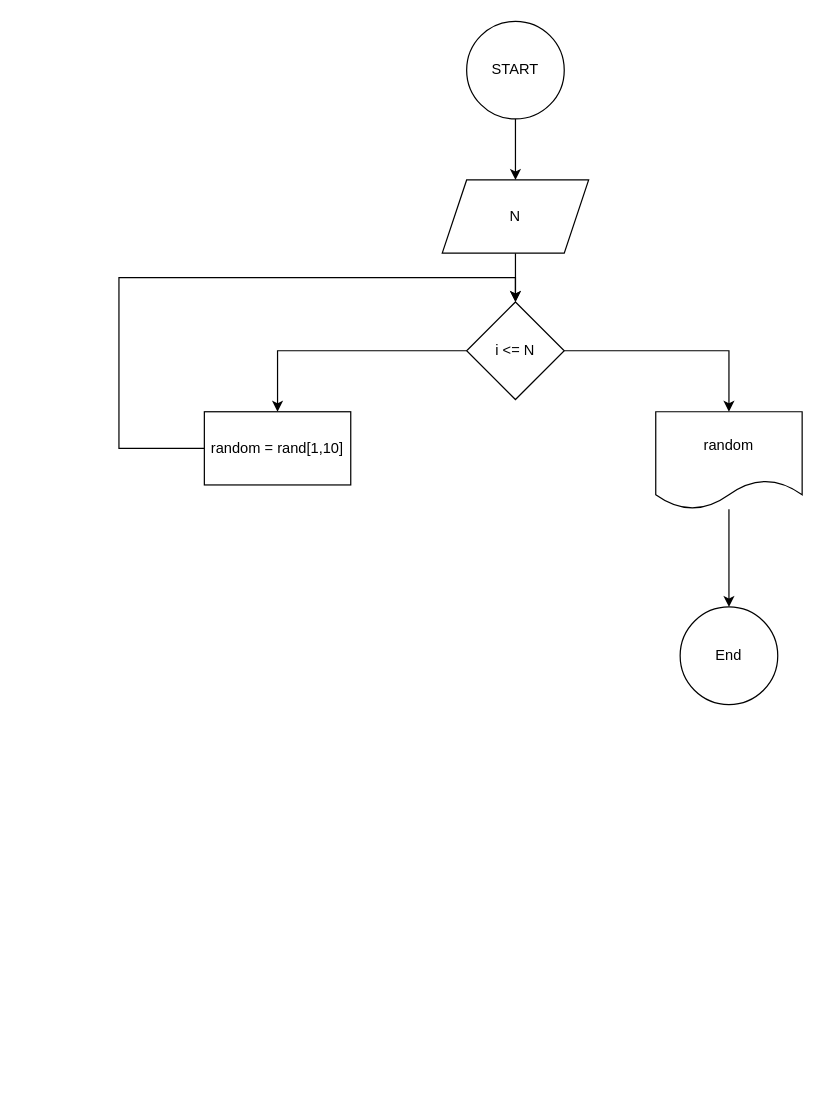
Above: hw-for-loop-task-3.drawio in uthmanigbin/university-work (draw.io), before the change. Source tidied: cells renumbered, new cells numbered last; positions are measured from the earlier drawing's top-left corner, leaving out a move shared by most shapes. Both pictures are drawn from the tidied source at 122%, with x=0, y=0 at pixel (118, 21).
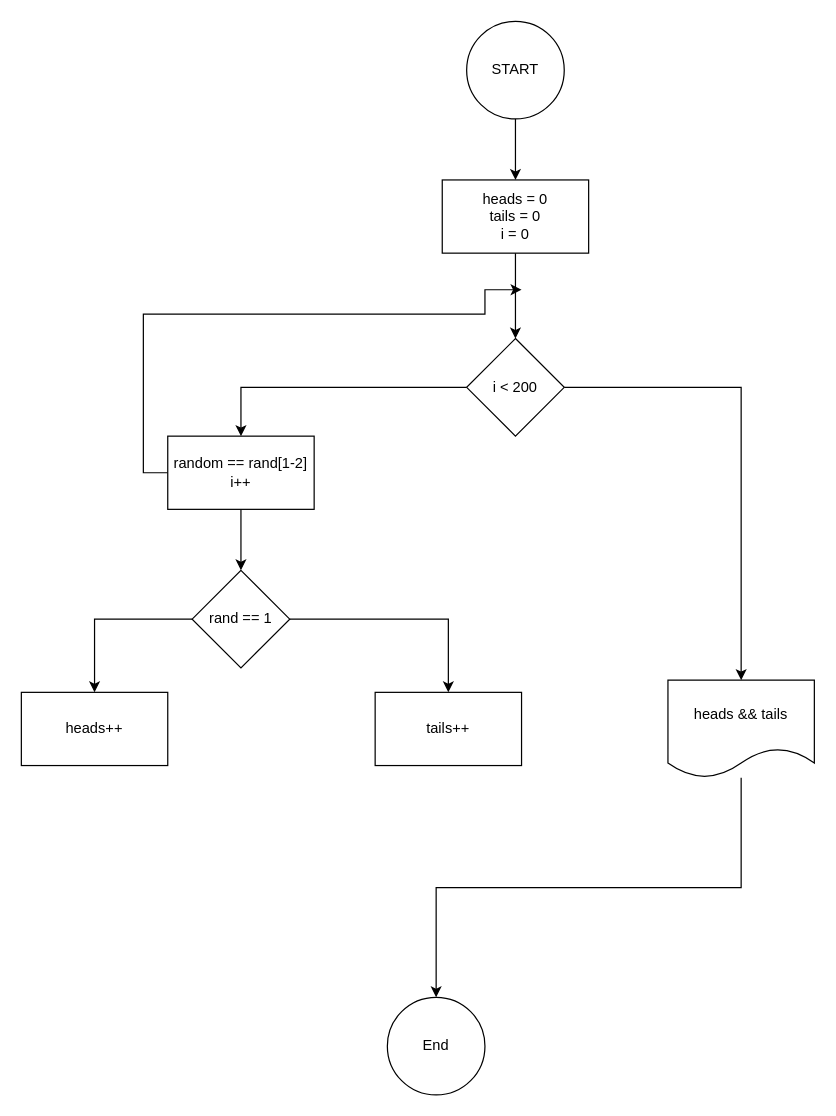
After the change.

Unchanged cells that the change refers to:
```xml
<mxCell id="3" value="START" style="ellipse;whiteSpace=wrap;html=1;" parent="1" vertex="1">
  <mxGeometry x="285" width="80" height="80" as="geometry" />
</mxCell>
```

What changed in the source:
```diff
@@
-    <mxCell id="2" style="edgeStyle=orthogonalEdgeStyle;rounded=0;jettySize=auto;html=1;" parent="1" edge="1" source="3" target="5">
+    <mxCell id="2" style="edgeStyle=orthogonalEdgeStyle;rounded=0;jettySize=auto;html=1;" parent="1" edge="1" source="3" target="15">
       <mxGeometry relative="1" as="geometry" />
     </mxCell>
@@
-    <mxCell id="4" style="edgeStyle=orthogonalEdgeStyle;rounded=0;jettySize=auto;html=1;" parent="1" edge="1" source="5" target="8">
-      <mxGeometry relative="1" as="geometry" />
-    </mxCell>
-    <mxCell id="5" value="N" style="shape=parallelogram;perimeter=parallelogramPerimeter;whiteSpace=wrap;html=1;fixedSize=1;" parent="1" vertex="1">
-      <mxGeometry x="265" y="130" width="120" height="60" as="geometry" />
-    </mxCell>
-    <mxCell id="6" style="edgeStyle=orthogonalEdgeStyle;rounded=0;jettySize=auto;html=1;" parent="1" edge="1" source="8" target="10">
-      <mxGeometry relative="1" as="geometry" />
-    </mxCell>
-    <mxCell id="7" style="edgeStyle=orthogonalEdgeStyle;rounded=0;jettySize=auto;html=1;" parent="1" edge="1" source="8" target="12">
-      <mxGeometry relative="1" as="geometry" />
-    </mxCell>
-    <mxCell id="8" value="i &amp;lt;= N" style="rhombus;whiteSpace=wrap;html=1;" parent="1" vertex="1">
-      <mxGeometry x="285" y="230" width="80" height="80" as="geometry" />
-    </mxCell>
-    <mxCell id="9" style="edgeStyle=orthogonalEdgeStyle;rounded=0;jettySize=auto;html=1;entryX=0.5;entryY=0;entryDx=0;entryDy=0;" parent="1" edge="1" source="10" target="8">
-      <mxGeometry relative="1" as="geometry">
-        <Array as="points">
-          <mxPoint y="350" />
-          <mxPoint y="210" />
-          <mxPoint x="325" y="210" />
-        </Array>
-      </mxGeometry>
-    </mxCell>
-    <mxCell id="10" value="random = rand[1,10]" style="whiteSpace=wrap;html=1;" parent="1" vertex="1">
-      <mxGeometry x="70" y="320" width="120" height="60" as="geometry" />
-    </mxCell>
-    <mxCell id="11" style="edgeStyle=orthogonalEdgeStyle;rounded=0;jettySize=auto;html=1;" parent="1" edge="1" source="12" target="13">
-      <mxGeometry relative="1" as="geometry" />
-    </mxCell>
-    <mxCell id="12" value="random" style="shape=document;whiteSpace=wrap;html=1;boundedLbl=1;" parent="1" vertex="1">
-      <mxGeometry x="440" y="320" width="120" height="80" as="geometry" />
-    </mxCell>
+    <mxCell id="14" style="edgeStyle=orthogonalEdgeStyle;rounded=0;jettySize=auto;html=1;" parent="1" edge="1" source="15" target="18">
+      <mxGeometry relative="1" as="geometry" />
+    </mxCell>
+    <mxCell id="15" value="&lt;div&gt;heads = 0&lt;/div&gt;&lt;div&gt;tails = 0&lt;br&gt;&lt;/div&gt;&lt;div&gt;i = 0&lt;br&gt;&lt;/div&gt;" style="rounded=0;whiteSpace=wrap;html=1;" parent="1" vertex="1">
+      <mxGeometry x="265" y="130" width="120" height="60" as="geometry" />
+    </mxCell>
+    <mxCell id="16" style="edgeStyle=orthogonalEdgeStyle;rounded=0;jettySize=auto;html=1;entryX=0.5;entryY=0;entryDx=0;entryDy=0;" parent="1" edge="1" source="18" target="28">
+      <mxGeometry relative="1" as="geometry" />
+    </mxCell>
+    <mxCell id="17" style="edgeStyle=orthogonalEdgeStyle;rounded=0;jettySize=auto;html=1;" parent="1" edge="1" source="18" target="25">
+      <mxGeometry relative="1" as="geometry" />
+    </mxCell>
+    <mxCell id="18" value="i &amp;lt; 200" style="rhombus;whiteSpace=wrap;html=1;rounded=0;" parent="1" vertex="1">
+      <mxGeometry x="285" y="260" width="80" height="80" as="geometry" />
+    </mxCell>
+    <mxCell id="19" style="edgeStyle=orthogonalEdgeStyle;rounded=0;jettySize=auto;html=1;" parent="1" edge="1" source="21" target="22">
+      <mxGeometry relative="1" as="geometry" />
+    </mxCell>
+    <mxCell id="20" style="edgeStyle=orthogonalEdgeStyle;rounded=0;jettySize=auto;html=1;entryX=0.5;entryY=0;entryDx=0;entryDy=0;exitX=1;exitY=0.5;exitDx=0;exitDy=0;" parent="1" edge="1" source="21" target="23">
+      <mxGeometry relative="1" as="geometry" />
+    </mxCell>
+    <mxCell id="21" value="rand == 1" style="rhombus;whiteSpace=wrap;html=1;" parent="1" vertex="1">
+      <mxGeometry x="60" y="450" width="80" height="80" as="geometry" />
+    </mxCell>
+    <mxCell id="22" value="heads++" style="whiteSpace=wrap;html=1;" parent="1" vertex="1">
+      <mxGeometry x="-80" y="550" width="120" height="60" as="geometry" />
+    </mxCell>
+    <mxCell id="23" value="tails++" style="whiteSpace=wrap;html=1;" parent="1" vertex="1">
+      <mxGeometry x="210" y="550" width="120" height="60" as="geometry" />
+    </mxCell>
+    <mxCell id="24" style="edgeStyle=orthogonalEdgeStyle;rounded=0;jettySize=auto;html=1;entryX=0.5;entryY=0;entryDx=0;entryDy=0;" parent="1" edge="1" source="25" target="13">
+      <mxGeometry relative="1" as="geometry">
+        <Array as="points">
+          <mxPoint x="510" y="710" />
+          <mxPoint x="260" y="710" />
+        </Array>
+      </mxGeometry>
+    </mxCell>
+    <mxCell id="25" value="heads &amp;amp;&amp;amp; tails" style="shape=document;whiteSpace=wrap;html=1;boundedLbl=1;" parent="1" vertex="1">
+      <mxGeometry x="450" y="540" width="120" height="80" as="geometry" />
+    </mxCell>
+    <mxCell id="26" style="edgeStyle=orthogonalEdgeStyle;rounded=0;jettySize=auto;html=1;entryX=0.5;entryY=0;entryDx=0;entryDy=0;" parent="1" edge="1" source="28" target="21">
+      <mxGeometry relative="1" as="geometry" />
+    </mxCell>
+    <mxCell id="27" style="edgeStyle=orthogonalEdgeStyle;rounded=0;jettySize=auto;html=1;exitX=0;exitY=0.5;exitDx=0;exitDy=0;" parent="1" edge="1" source="28">
+      <mxGeometry relative="1" as="geometry">
+        <mxPoint x="330" y="220" as="targetPoint" />
+        <Array as="points">
+          <mxPoint x="20" y="370" />
+          <mxPoint x="20" y="240" />
+          <mxPoint x="300" y="240" />
+          <mxPoint x="300" y="220" />
+        </Array>
+      </mxGeometry>
+    </mxCell>
+    <mxCell id="28" value="&lt;div&gt;random == rand[1-2]&lt;/div&gt;&lt;div&gt;i++&lt;br&gt;&lt;/div&gt;" style="rounded=0;whiteSpace=wrap;html=1;" parent="1" vertex="1">
+      <mxGeometry x="40" y="340" width="120" height="60" as="geometry" />
+    </mxCell>
     <mxCell id="13" value="End" style="ellipse;whiteSpace=wrap;html=1;" parent="1" vertex="1">
-      <mxGeometry x="460" y="480" width="80" height="80" as="geometry" />
+      <mxGeometry x="220" y="800" width="80" height="80" as="geometry" />
     </mxCell>
```
